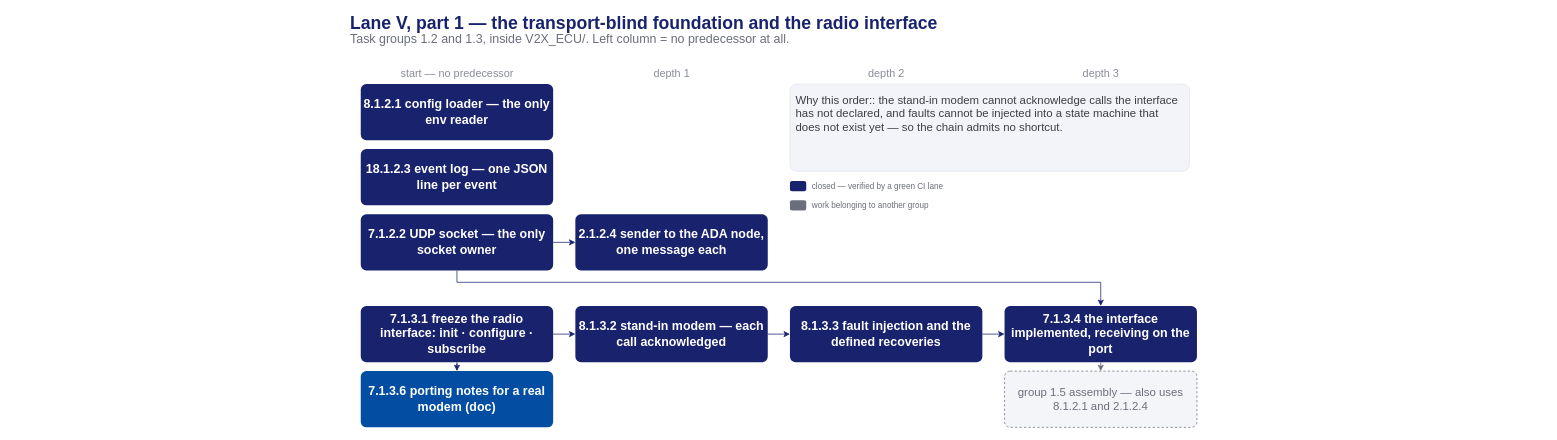
Earlier version of the draw.io diagram presentation/assets/phase1-exec-lane-v-foundation.drawio (mnpham2101/FPT-Hackathon2026). Source tidied: cells renumbered, new cells numbered last; positions are measured from the earlier drawing's top-left corner, leaving out a move shared by most shapes. Both pictures are drawn from the tidied source at 74%, with x=0, y=0 at pixel (13, 16).
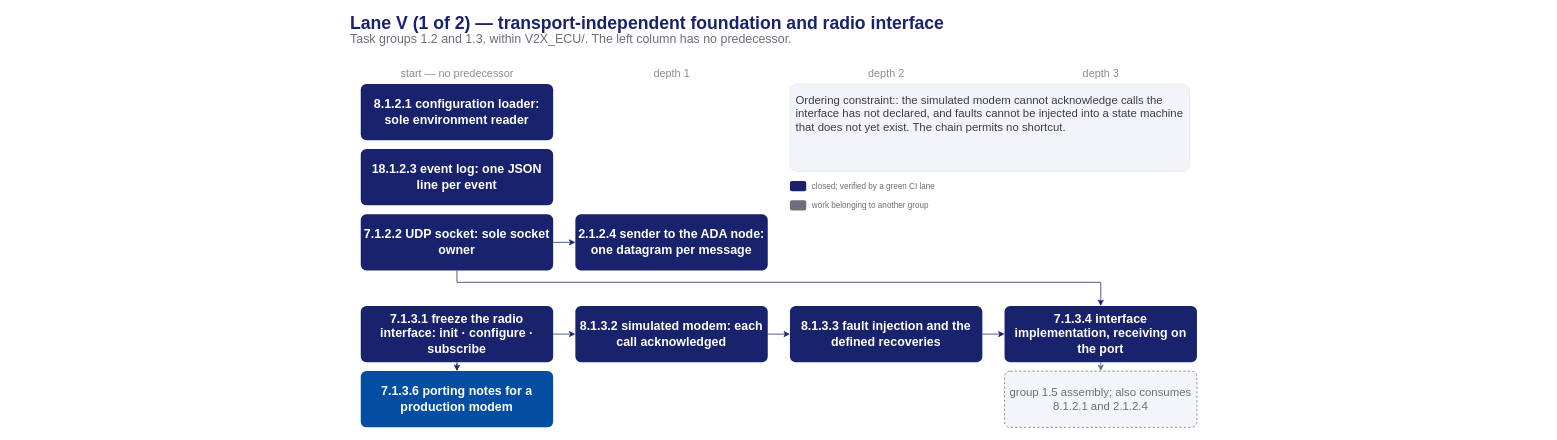
Above is the later version.

The edit, as a diff of the source:
```diff
@@
-    <mxCell id="2" value="Lane V, part 1 — the transport-blind foundation and the radio interface" style="text;html=1;align=left;verticalAlign=middle;fontSize=23.8;fontColor=#19226D;fontStyle=1;" parent="1" vertex="1">
+    <mxCell id="2" value="Lane V (1 of 2) — transport-independent foundation and radio interface" style="text;html=1;align=left;verticalAlign=middle;fontSize=23.8;fontColor=#19226D;fontStyle=1;" parent="1" vertex="1">
       <mxGeometry x="454" width="1152" height="20" as="geometry" />
     </mxCell>
-    <mxCell id="3" value="Task groups 1.2 and 1.3, inside V2X_ECU/. Left column = no predecessor at all." style="text;html=1;align=left;verticalAlign=middle;fontSize=16.8;fontColor=#6b6e7b;fontStyle=0;" parent="1" vertex="1">
+    <mxCell id="3" value="Task groups 1.2 and 1.3, within V2X_ECU/. The left column has no predecessor." style="text;html=1;align=left;verticalAlign=middle;fontSize=16.8;fontColor=#6b6e7b;fontStyle=0;" parent="1" vertex="1">
       <mxGeometry x="454" y="22" width="1152" height="20" as="geometry" />
     </mxCell>
@@
-    <mxCell id="8" value="8.1.2.1 config loader — the only env reader" style="rounded=1;arcSize=10;html=1;fillColor=#19226D;strokeColor=none;fontColor=#ffffff;fontSize=16.8;fontStyle=1;whiteSpace=wrap;verticalAlign=middle;" parent="1" vertex="1">
+    <mxCell id="8" value="8.1.2.1 configuration loader: sole environment reader" style="rounded=1;arcSize=10;html=1;fillColor=#19226D;strokeColor=none;fontColor=#ffffff;fontSize=16.8;fontStyle=1;whiteSpace=wrap;verticalAlign=middle;" parent="1" vertex="1">
       <mxGeometry x="470" y="92" width="260" height="76" as="geometry" />
     </mxCell>
-    <mxCell id="9" value="18.1.2.3 event log — one JSON line per event" style="rounded=1;arcSize=10;html=1;fillColor=#19226D;strokeColor=none;fontColor=#ffffff;fontSize=16.8;fontStyle=1;whiteSpace=wrap;verticalAlign=middle;" parent="1" vertex="1">
+    <mxCell id="9" value="18.1.2.3 event log: one JSON line per event" style="rounded=1;arcSize=10;html=1;fillColor=#19226D;strokeColor=none;fontColor=#ffffff;fontSize=16.8;fontStyle=1;whiteSpace=wrap;verticalAlign=middle;" parent="1" vertex="1">
       <mxGeometry x="470" y="180" width="260" height="76" as="geometry" />
     </mxCell>
-    <mxCell id="10" value="7.1.2.2 UDP socket — the only socket owner" style="rounded=1;arcSize=10;html=1;fillColor=#19226D;strokeColor=none;fontColor=#ffffff;fontSize=16.8;fontStyle=1;whiteSpace=wrap;verticalAlign=middle;" parent="1" vertex="1">
+    <mxCell id="10" value="7.1.2.2 UDP socket: sole socket owner" style="rounded=1;arcSize=10;html=1;fillColor=#19226D;strokeColor=none;fontColor=#ffffff;fontSize=16.8;fontStyle=1;whiteSpace=wrap;verticalAlign=middle;" parent="1" vertex="1">
       <mxGeometry x="470" y="268" width="260" height="76" as="geometry" />
     </mxCell>
-    <mxCell id="11" value="2.1.2.4 sender to the ADA node, one message each" style="rounded=1;arcSize=10;html=1;fillColor=#19226D;strokeColor=none;fontColor=#ffffff;fontSize=16.8;fontStyle=1;whiteSpace=wrap;verticalAlign=middle;" parent="1" vertex="1">
+    <mxCell id="11" value="2.1.2.4 sender to the ADA node: one datagram per message" style="rounded=1;arcSize=10;html=1;fillColor=#19226D;strokeColor=none;fontColor=#ffffff;fontSize=16.8;fontStyle=1;whiteSpace=wrap;verticalAlign=middle;" parent="1" vertex="1">
       <mxGeometry x="760" y="268" width="260" height="76" as="geometry" />
     </mxCell>
@@
-    <mxCell id="13" value="7.1.3.6 porting notes for a real modem (doc)" style="rounded=1;arcSize=10;html=1;fillColor=#034EA2;strokeColor=none;fontColor=#ffffff;fontSize=16.8;fontStyle=1;whiteSpace=wrap;verticalAlign=middle;" parent="1" vertex="1">
+    <mxCell id="13" value="7.1.3.6 porting notes for a production modem" style="rounded=1;arcSize=10;html=1;fillColor=#034EA2;strokeColor=none;fontColor=#ffffff;fontSize=16.8;fontStyle=1;whiteSpace=wrap;verticalAlign=middle;" parent="1" vertex="1">
       <mxGeometry x="470" y="480" width="260" height="76" as="geometry" />
     </mxCell>
-    <mxCell id="14" value="8.1.3.2 stand-in modem — each call acknowledged" style="rounded=1;arcSize=10;html=1;fillColor=#19226D;strokeColor=none;fontColor=#ffffff;fontSize=16.8;fontStyle=1;whiteSpace=wrap;verticalAlign=middle;" parent="1" vertex="1">
+    <mxCell id="14" value="8.1.3.2 simulated modem: each call acknowledged" style="rounded=1;arcSize=10;html=1;fillColor=#19226D;strokeColor=none;fontColor=#ffffff;fontSize=16.8;fontStyle=1;whiteSpace=wrap;verticalAlign=middle;" parent="1" vertex="1">
       <mxGeometry x="760" y="392" width="260" height="76" as="geometry" />
     </mxCell>
@@
-    <mxCell id="16" value="7.1.3.4 the interface implemented, receiving on the port" style="rounded=1;arcSize=10;html=1;fillColor=#19226D;strokeColor=none;fontColor=#ffffff;fontSize=16.8;fontStyle=1;whiteSpace=wrap;verticalAlign=middle;" parent="1" vertex="1">
+    <mxCell id="16" value="7.1.3.4 interface implementation, receiving on the port" style="rounded=1;arcSize=10;html=1;fillColor=#19226D;strokeColor=none;fontColor=#ffffff;fontSize=16.8;fontStyle=1;whiteSpace=wrap;verticalAlign=middle;" parent="1" vertex="1">
       <mxGeometry x="1340" y="392" width="260" height="76" as="geometry" />
     </mxCell>
-    <mxCell id="17" value="group 1.5 assembly — also uses 8.1.2.1 and 2.1.2.4" style="rounded=1;arcSize=10;html=1;fillColor=#f4f5f8;strokeColor=#6b6e7b;dashed=1;fontColor=#6b6e7b;fontSize=15.4;fontStyle=0;whiteSpace=wrap;verticalAlign=middle;" parent="1" vertex="1">
+    <mxCell id="17" value="group 1.5 assembly; also consumes 8.1.2.1 and 2.1.2.4" style="rounded=1;arcSize=10;html=1;fillColor=#f4f5f8;strokeColor=#6b6e7b;dashed=1;fontColor=#6b6e7b;fontSize=15.4;fontStyle=0;whiteSpace=wrap;verticalAlign=middle;" parent="1" vertex="1">
       <mxGeometry x="1340" y="480" width="260" height="76" as="geometry" />
     </mxCell>
@@
-    <mxCell id="25" value="Why this order:: the stand-in modem cannot acknowledge calls the interface has not declared, and faults cannot be injected into a state machine that does not exist yet — so the chain admits no shortcut." style="rounded=1;arcSize=8;html=1;fillColor=#f2f4f9;strokeColor=#e3e5ea;fontColor=#3d3d46;fontSize=15.4;align=left;whiteSpace=wrap;verticalAlign=top;spacing=8;" parent="1" vertex="1">
+    <mxCell id="25" value="Ordering constraint:: the simulated modem cannot acknowledge calls the interface has not declared, and faults cannot be injected into a state machine that does not yet exist. The chain permits no shortcut." style="rounded=1;arcSize=8;html=1;fillColor=#f2f4f9;strokeColor=#e3e5ea;fontColor=#3d3d46;fontSize=15.4;align=left;whiteSpace=wrap;verticalAlign=top;spacing=8;" parent="1" vertex="1">
       <mxGeometry x="1050" y="92" width="540" height="118" as="geometry" />
     </mxCell>
@@
-    <mxCell id="27" value="closed — verified by a green CI lane" style="text;html=1;align=left;verticalAlign=middle;fontSize=11;fontColor=#6b6e7b;" parent="1" vertex="1">
+    <mxCell id="27" value="closed; verified by a green CI lane" style="text;html=1;align=left;verticalAlign=middle;fontSize=11;fontColor=#6b6e7b;" parent="1" vertex="1">
       <mxGeometry x="1078" y="220" width="300" height="20" as="geometry" />
     </mxCell>
```
